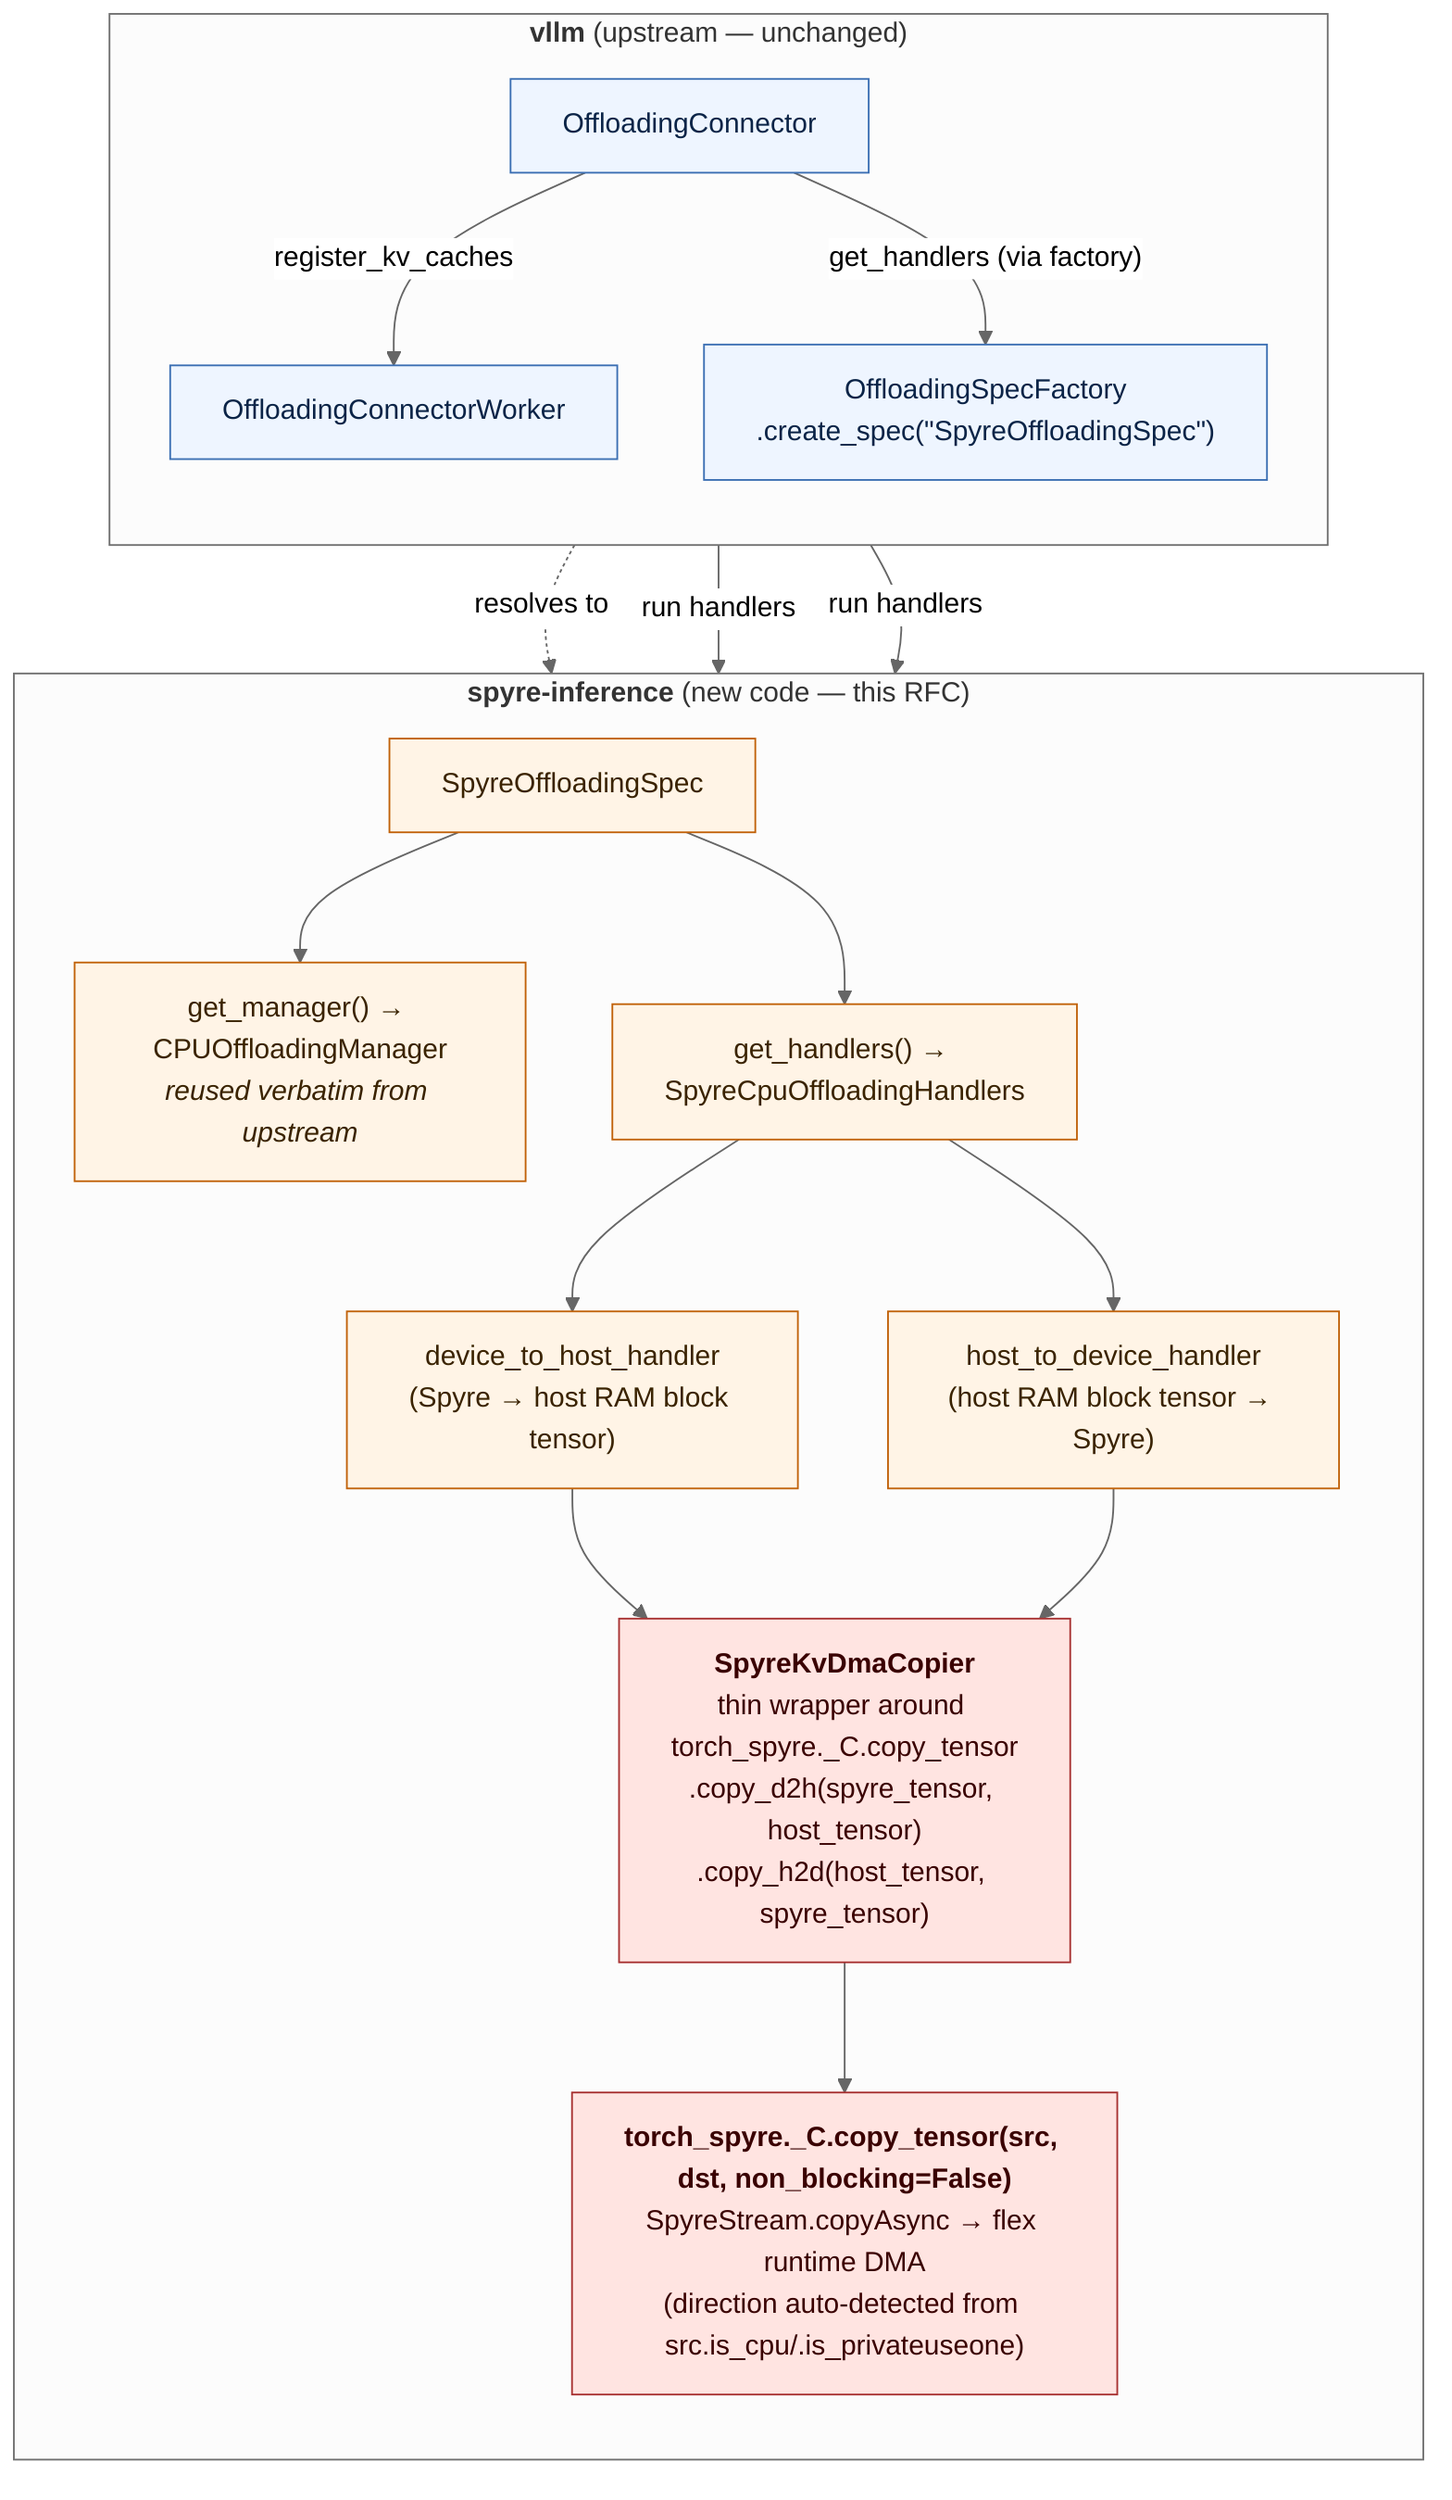
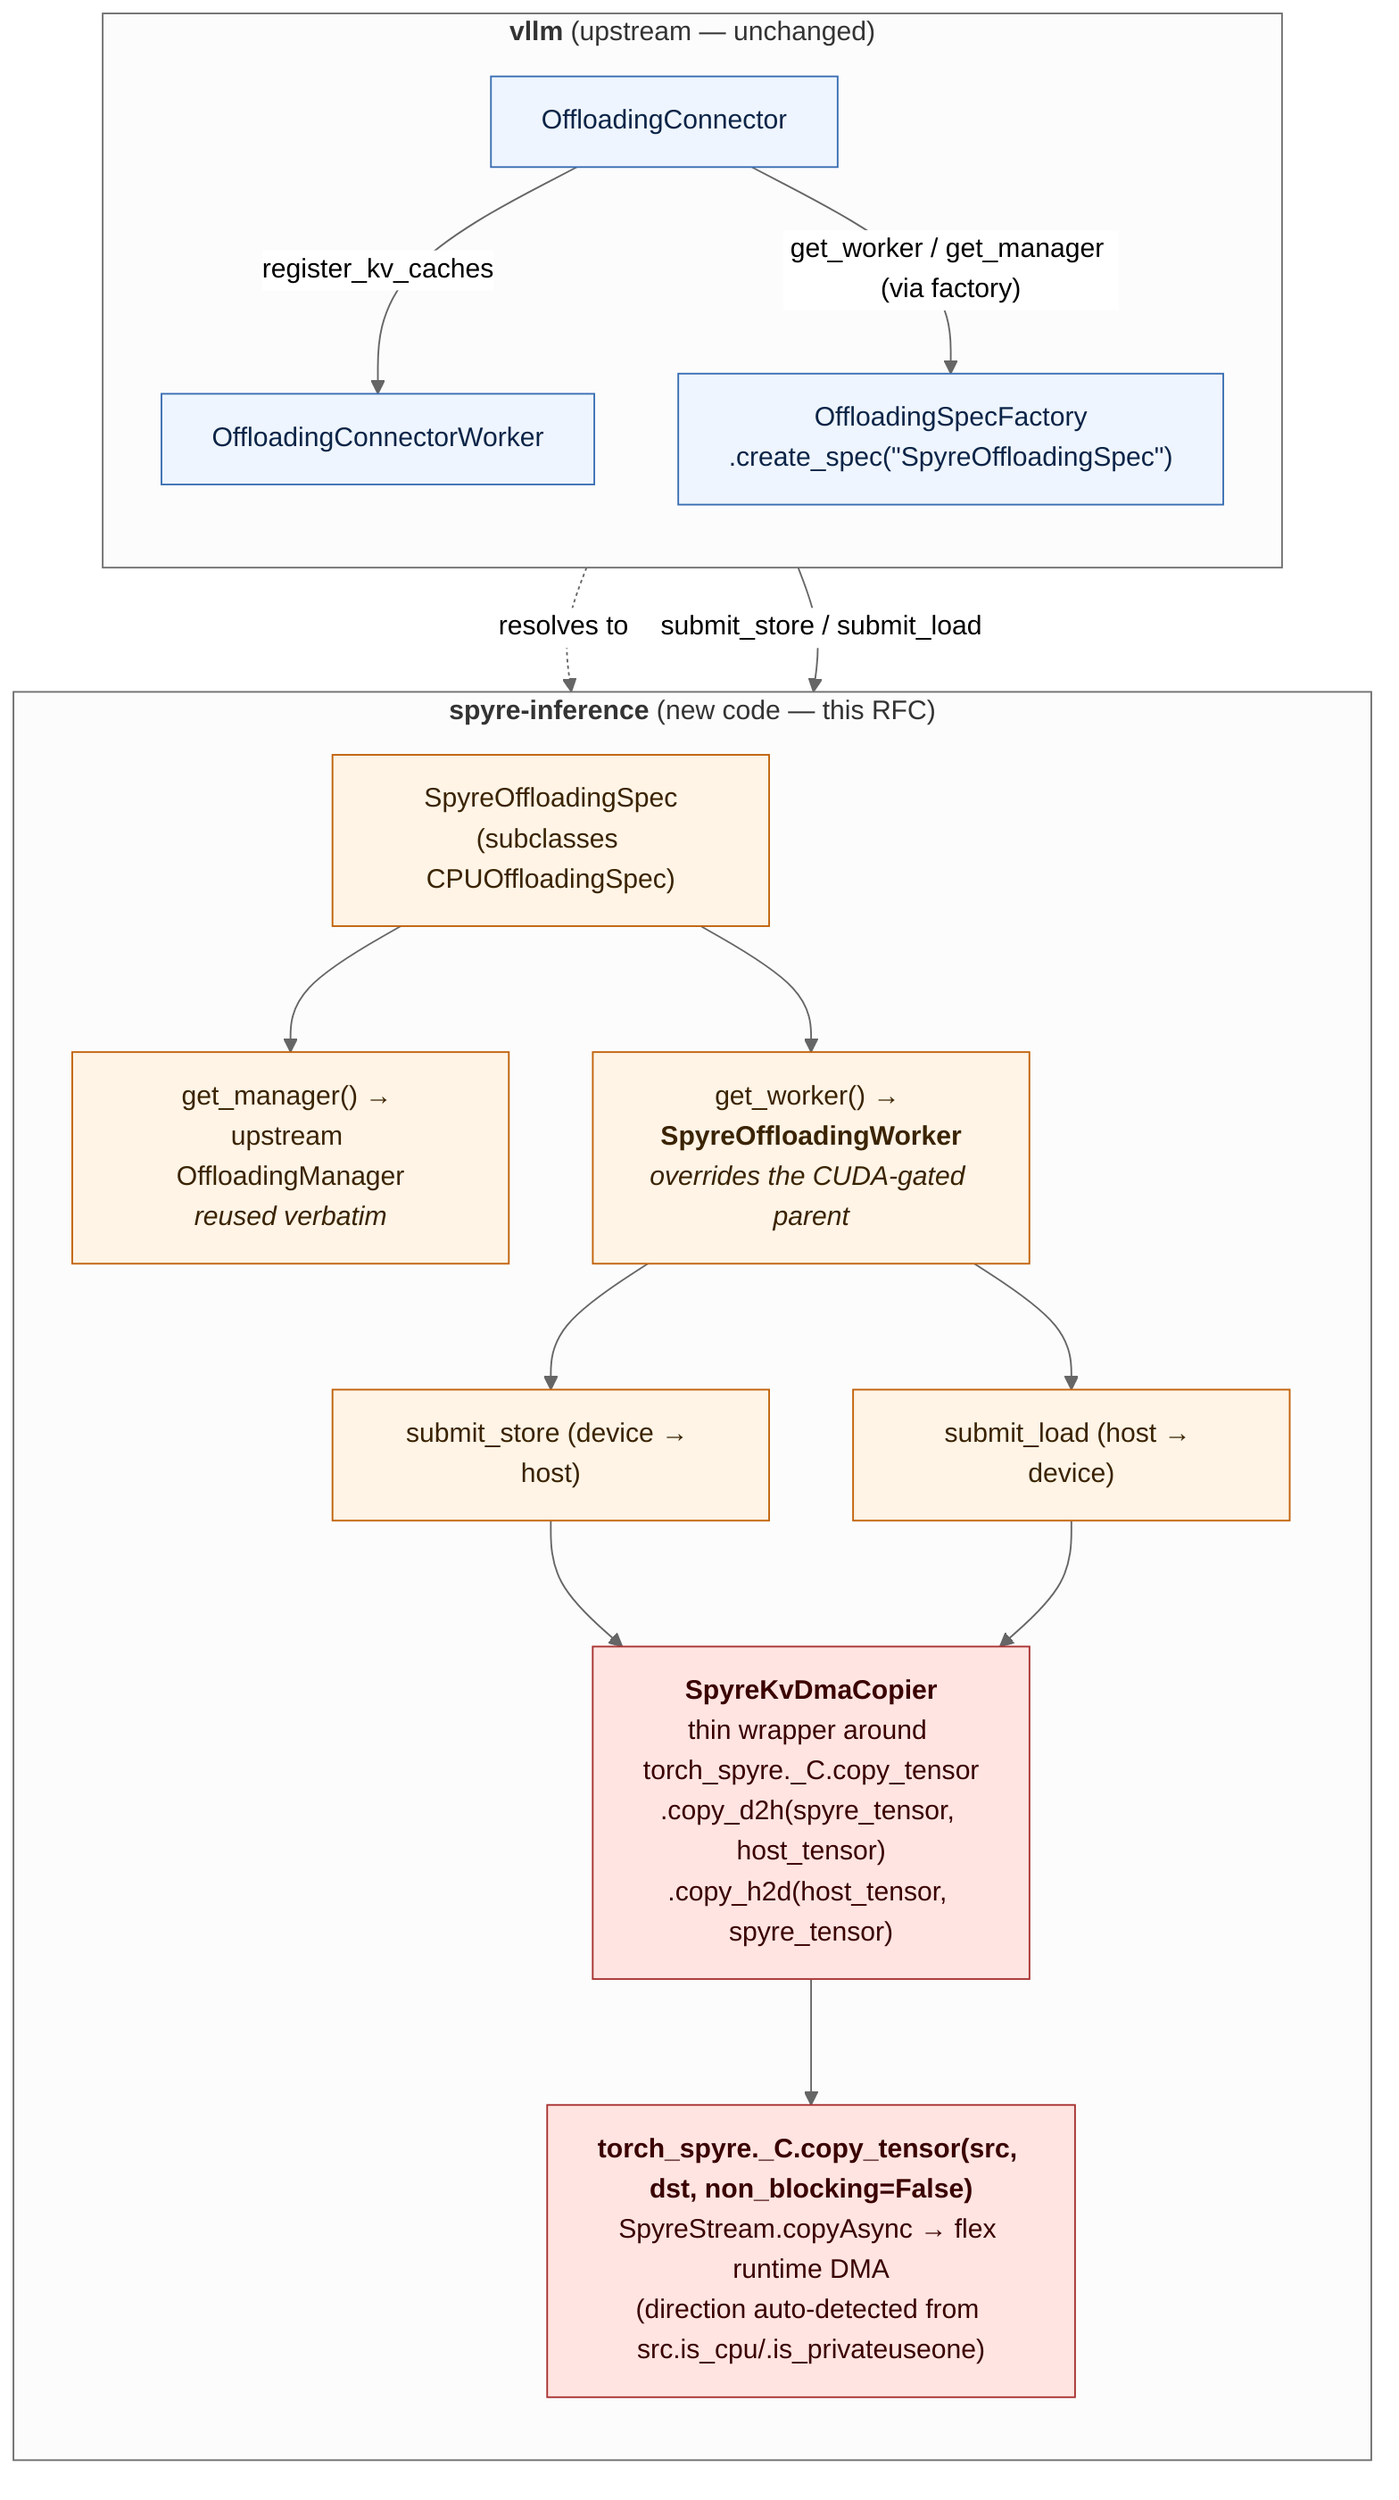
%%{ init: { "flowchart": { "htmlLabels": true, "curve": "basis" }, "theme": "neutral" } }%%
flowchart TB

    subgraph vllm["<b>vllm</b> (upstream — unchanged)"]
        direction TB
        OC["OffloadingConnector"]
        OCW["OffloadingConnectorWorker"]
        Factory["OffloadingSpecFactory<br/>.create_spec(&quot;SpyreOffloadingSpec&quot;)"]
        OC -- "register_kv_caches" --> OCW
-         OC -- "get_handlers (via factory)" --> Factory
+         OC -- "get_worker / get_manager (via factory)" --> Factory
    end

    subgraph spyre["<b>spyre-inference</b> (new code — this RFC)"]
        direction TB
-         Spec["SpyreOffloadingSpec"]
-         Mgr["get_manager() → CPUOffloadingManager<br/><i>reused verbatim from upstream</i>"]
-         Handlers["get_handlers() → SpyreCpuOffloadingHandlers"]
-         D2H["device_to_host_handler<br/>(Spyre → host RAM block tensor)"]
-         H2D["host_to_device_handler<br/>(host RAM block tensor → Spyre)"]
+         Spec["SpyreOffloadingSpec<br/>(subclasses CPUOffloadingSpec)"]
+         Mgr["get_manager() → upstream OffloadingManager<br/><i>reused verbatim</i>"]
+         Worker["get_worker() → <b>SpyreOffloadingWorker</b><br/><i>overrides the CUDA-gated parent</i>"]
+         SS["submit_store (device → host)"]
+         SL["submit_load (host → device)"]
        Copier["<b>SpyreKvDmaCopier</b><br/>thin wrapper around torch_spyre._C.copy_tensor<br/>.copy_d2h(spyre_tensor, host_tensor)<br/>.copy_h2d(host_tensor, spyre_tensor)"]
        Backend["<b>torch_spyre._C.copy_tensor(src, dst, non_blocking=False)</b><br/>SpyreStream.copyAsync → flex runtime DMA<br/>(direction auto-detected from src.is_cpu/.is_privateuseone)"]

        Spec --> Mgr
-         Spec --> Handlers
-         Handlers --> D2H
-         Handlers --> H2D
-         D2H --> Copier
-         H2D --> Copier
+         Spec --> Worker
+         Worker --> SS
+         Worker --> SL
+         SS --> Copier
+         SL --> Copier
        Copier --> Backend
    end

    Factory -. "resolves to" .-> Spec
-     OCW -- "run handlers" --> D2H
-     OCW -- "run handlers" --> H2D
+     OCW -- "submit_store / submit_load" --> Worker

    classDef upstream fill:#eef5ff,stroke:#3b6fb3,color:#0b2447
    classDef plugin fill:#fff4e6,stroke:#c1620a,color:#3a2300
    classDef hot fill:#ffe4e1,stroke:#a83232,color:#3a0000

    class OC,OCW,Factory upstream
-     class Spec,Mgr,Handlers,D2H,H2D plugin
+     class Spec,Mgr,Worker,SS,SL plugin
    class Copier,Backend hot
